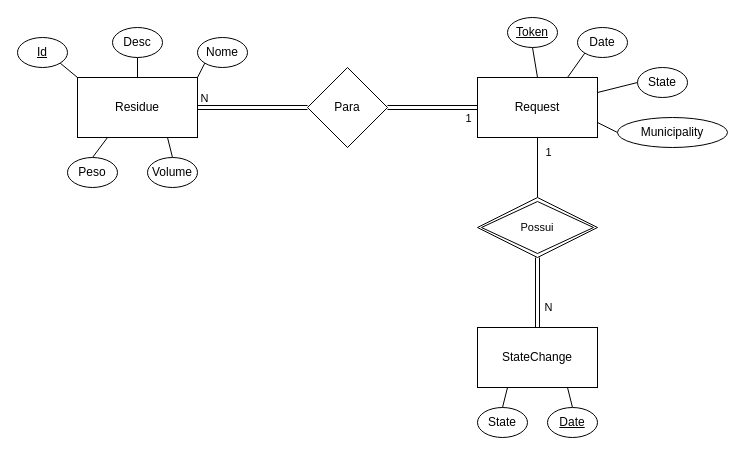
Before: docs/db-zeromonos.drawio in IX-0/ZeroMonos, a draw.io diagram. Source tidied: cells renumbered, new cells numbered last; positions are measured from the earlier drawing's top-left corner, leaving out a move shared by most shapes. Both pictures are drawn from the tidied source at 100%, with x=0, y=0 at pixel (17, 17).
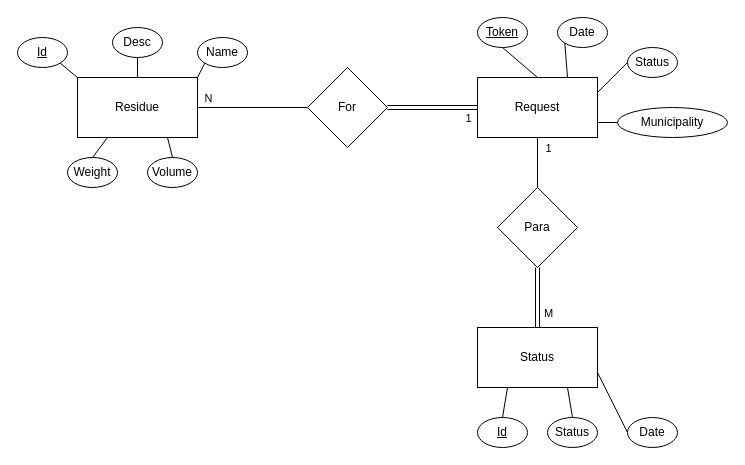
The same diagram, later.

Unchanged cells that the change refers to:
```xml
<mxCell id="2" value="Residue" style="rounded=0;whiteSpace=wrap;html=1;" parent="1" vertex="1">
  <mxGeometry x="60" y="60" width="120" height="60" as="geometry" />
</mxCell>
<mxCell id="17" style="edgeStyle=none;shape=link;rounded=0;jettySize=auto;html=1;exitX=0.5;exitY=1;exitDx=0;exitDy=0;entryX=0.5;entryY=0;entryDx=0;entryDy=0;strokeColor=default;align=center;verticalAlign=middle;fontFamily=Helvetica;fontSize=11;fontColor=default;labelBackgroundColor=default;endArrow=none;endFill=0;" parent="1" edge="1" source="36" target="23">
  <mxGeometry relative="1" as="geometry" />
</mxCell>
```

The edit, as a diff of the source:
```diff
@@
-    <mxCell id="4" style="edgeStyle=orthogonalEdgeStyle;rounded=0;jettySize=auto;html=1;exitX=0;exitY=0.5;exitDx=0;exitDy=0;entryX=1;entryY=0.5;entryDx=0;entryDy=0;shape=link;" parent="1" edge="1" source="8" target="2">
+    <mxCell id="4" style="edgeStyle=orthogonalEdgeStyle;rounded=0;jettySize=auto;html=1;exitX=0;exitY=0.5;exitDx=0;exitDy=0;entryX=1;entryY=0.5;entryDx=0;entryDy=0;endArrow=none;endFill=0;" parent="1" edge="1" source="8" target="2">
       <mxGeometry relative="1" as="geometry" />
     </mxCell>
     <mxCell id="5" value="N" style="edgeLabel;html=1;align=center;verticalAlign=middle;" parent="4" vertex="1">
       <mxGeometry x="0.47" y="-2" relative="1" as="geometry">
-        <mxPoint x="-23" y="-8" as="offset" />
+        <mxPoint x="-19" y="-8" as="offset" />
       </mxGeometry>
     </mxCell>
@@
-    <mxCell id="8" value="Para" style="rhombus;whiteSpace=wrap;html=1;" parent="1" vertex="1">
+    <mxCell id="8" value="For" style="rhombus;whiteSpace=wrap;html=1;" parent="1" vertex="1">
       <mxGeometry x="290" y="50" width="80" height="80" as="geometry" />
     </mxCell>
@@
     <mxCell id="14" value="Date" style="ellipse;whiteSpace=wrap;html=1;" parent="1" vertex="1">
-      <mxGeometry x="560" y="10" width="50" height="30" as="geometry" />
+      <mxGeometry x="540" width="50" height="30" as="geometry" />
     </mxCell>
@@
-    <mxCell id="16" value="State" style="ellipse;whiteSpace=wrap;html=1;" parent="1" vertex="1">
-      <mxGeometry x="620" y="50" width="50" height="30" as="geometry" />
+    <mxCell id="16" value="Status" style="ellipse;whiteSpace=wrap;html=1;" parent="1" vertex="1">
+      <mxGeometry x="610" y="30" width="50" height="30" as="geometry" />
     </mxCell>
@@
-    <mxCell id="18" value="N" style="edgeLabel;html=1;align=center;verticalAlign=middle;fontFamily=Helvetica;fontSize=11;fontColor=default;labelBackgroundColor=default;" parent="17" vertex="1">
+    <mxCell id="18" value="M" style="edgeLabel;html=1;align=center;verticalAlign=middle;fontFamily=Helvetica;fontSize=11;fontColor=default;labelBackgroundColor=default;" parent="17" vertex="1">
       <mxGeometry x="-0.08" y="1" relative="1" as="geometry">
         <mxPoint x="9" y="17" as="offset" />
       </mxGeometry>
     </mxCell>
@@
     <mxCell id="22" value="&lt;u&gt;Token&lt;/u&gt;" style="ellipse;whiteSpace=wrap;html=1;" parent="1" vertex="1">
-      <mxGeometry x="490" width="50" height="30" as="geometry" />
+      <mxGeometry x="460" width="50" height="30" as="geometry" />
     </mxCell>
-    <mxCell id="23" value="StateChange" style="rounded=0;whiteSpace=wrap;html=1;" parent="1" vertex="1">
+    <mxCell id="23" value="Status" style="rounded=0;whiteSpace=wrap;html=1;" parent="1" vertex="1">
       <mxGeometry x="460" y="310" width="120" height="60" as="geometry" />
     </mxCell>
@@
     <mxCell id="25" value="Municipality" style="ellipse;whiteSpace=wrap;html=1;" parent="1" vertex="1">
-      <mxGeometry x="600" y="100" width="110" height="30" as="geometry" />
+      <mxGeometry x="600" y="90" width="110" height="30" as="geometry" />
     </mxCell>
@@
-    <mxCell id="27" value="State" style="ellipse;whiteSpace=wrap;html=1;" parent="1" vertex="1">
-      <mxGeometry x="460" y="390" width="50" height="30" as="geometry" />
+    <mxCell id="27" value="&lt;u&gt;Id&lt;/u&gt;" style="ellipse;whiteSpace=wrap;html=1;" parent="1" vertex="1">
+      <mxGeometry x="460" y="400" width="50" height="30" as="geometry" />
     </mxCell>
-    <mxCell id="28" style="edgeStyle=none;shape=connector;rounded=0;jettySize=auto;html=1;exitX=0.5;exitY=0;exitDx=0;exitDy=0;entryX=0.75;entryY=1;entryDx=0;entryDy=0;strokeColor=default;align=center;verticalAlign=middle;fontFamily=Helvetica;fontSize=11;fontColor=default;labelBackgroundColor=default;endArrow=none;endFill=0;" parent="1" edge="1" source="29" target="23">
+    <mxCell id="28" style="rounded=0;jettySize=auto;html=1;exitX=0;exitY=0.5;exitDx=0;exitDy=0;entryX=1;entryY=0.75;entryDx=0;entryDy=0;endArrow=none;endFill=0;" parent="1" edge="1" source="29" target="23">
       <mxGeometry relative="1" as="geometry" />
     </mxCell>
-    <mxCell id="29" value="&lt;u&gt;Date&lt;/u&gt;" style="ellipse;whiteSpace=wrap;html=1;" parent="1" vertex="1">
-      <mxGeometry x="530" y="390" width="50" height="30" as="geometry" />
+    <mxCell id="29" value="Date" style="ellipse;whiteSpace=wrap;html=1;" parent="1" vertex="1">
+      <mxGeometry x="610" y="400" width="50" height="30" as="geometry" />
     </mxCell>
@@
-    <mxCell id="31" value="Nome" style="ellipse;whiteSpace=wrap;html=1;" parent="1" vertex="1">
+    <mxCell id="31" value="Name" style="ellipse;whiteSpace=wrap;html=1;" parent="1" vertex="1">
       <mxGeometry x="180" y="20" width="50" height="30" as="geometry" />
     </mxCell>
@@
-    <mxCell id="33" value="Peso" style="ellipse;whiteSpace=wrap;html=1;" parent="1" vertex="1">
+    <mxCell id="33" value="Weight" style="ellipse;whiteSpace=wrap;html=1;" parent="1" vertex="1">
       <mxGeometry x="50" y="140" width="50" height="30" as="geometry" />
     </mxCell>
@@
-    <mxCell id="36" value="Possui" style="shape=rhombus;double=1;perimeter=rhombusPerimeter;whiteSpace=wrap;html=1;align=center;fontFamily=Helvetica;fontSize=11;fontColor=default;" parent="1" vertex="1">
-      <mxGeometry x="460" y="180" width="120" height="60" as="geometry" />
+    <mxCell id="36" value="Para" style="rhombus;whiteSpace=wrap;html=1;" parent="1" vertex="1">
+      <mxGeometry x="480" y="170" width="80" height="80" as="geometry" />
     </mxCell>
+    <mxCell id="37" style="rounded=0;jettySize=auto;html=1;exitX=0.5;exitY=0;exitDx=0;exitDy=0;entryX=0.75;entryY=1;entryDx=0;entryDy=0;endArrow=none;endFill=0;" parent="1" edge="1" source="38" target="23">
+      <mxGeometry relative="1" as="geometry" />
+    </mxCell>
+    <mxCell id="38" value="Status" style="ellipse;whiteSpace=wrap;html=1;" parent="1" vertex="1">
+      <mxGeometry x="530" y="400" width="50" height="30" as="geometry" />
+    </mxCell>
```
